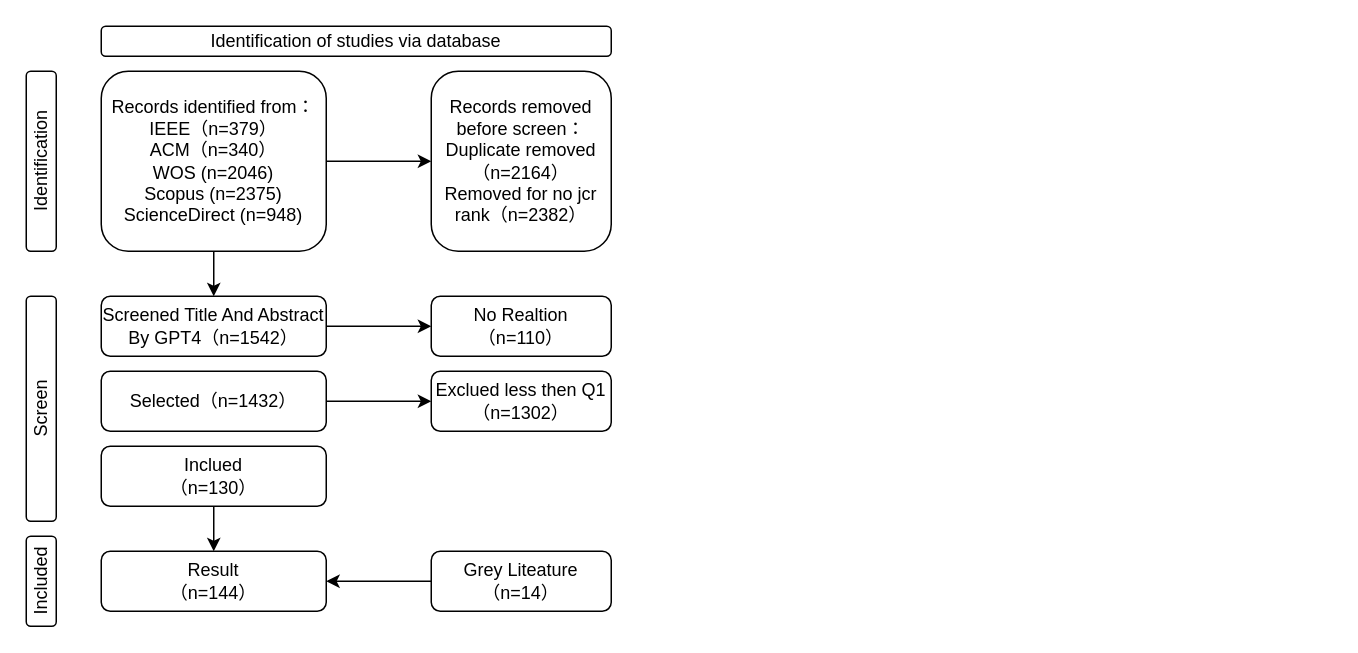
gaochaowyq/MinderGraph keeps this draw.io diagram as 时空大数据平台研究检索图.drawio. Above is the earlier version. Source tidied: cells renumbered, new cells numbered last; positions are measured from the earlier drawing's top-left corner, leaving out a move shared by most shapes. Both pictures are drawn from the tidied source at 150%, with x=0, y=0 at pixel (26, 26).
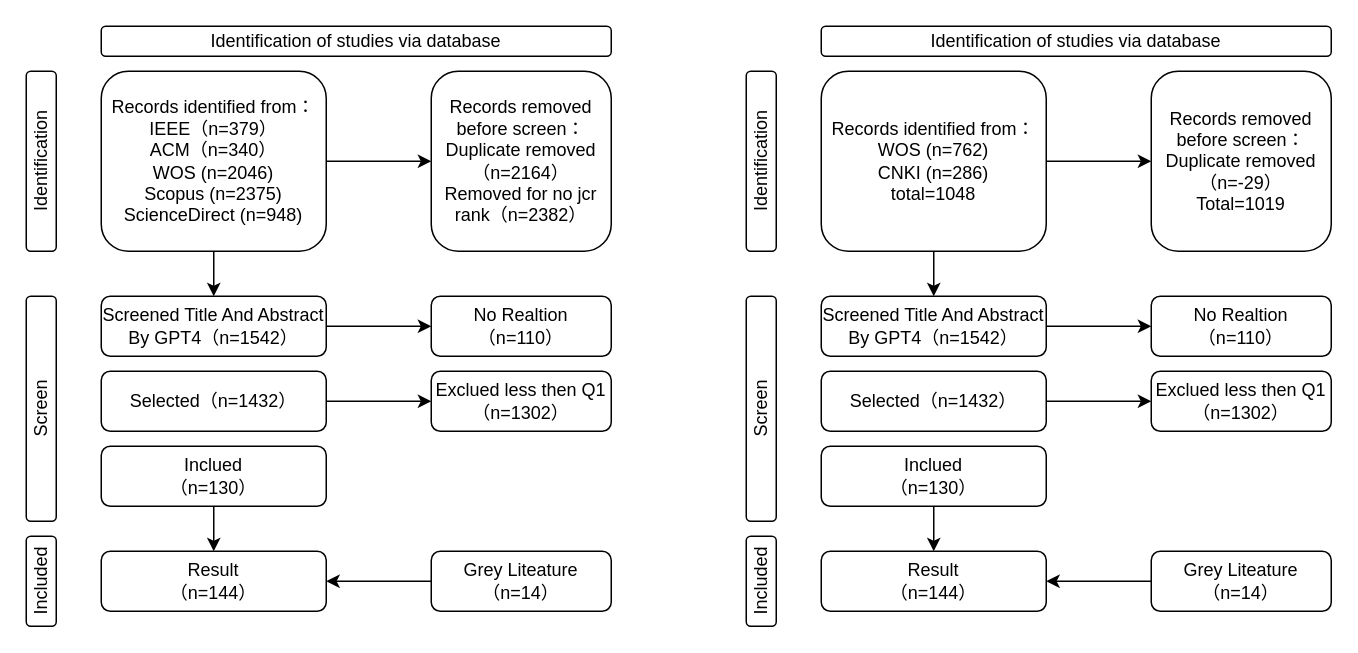
Above is the later version.

Commit message:
更新时空大数据平台研究检索图.drawio

The edit, as a diff of the source:
```diff
@@
+    <mxCell id="21" value="Identification" style="rounded=1;html=1;whiteSpace=wrap;horizontal=0;" parent="1" vertex="1">
+      <mxGeometry x="480" y="30" width="20" height="120" as="geometry" />
+    </mxCell>
+    <mxCell id="22" value="Screen" style="rounded=1;whiteSpace=wrap;html=1;horizontal=0;" parent="1" vertex="1">
+      <mxGeometry x="480" y="180" width="20" height="150" as="geometry" />
+    </mxCell>
+    <mxCell id="23" value="Included" style="rounded=1;whiteSpace=wrap;html=1;horizontal=0;" parent="1" vertex="1">
+      <mxGeometry x="480" y="340" width="20" height="60" as="geometry" />
+    </mxCell>
+    <mxCell id="24" value="Identification of studies via database" style="rounded=1;whiteSpace=wrap;html=1;" parent="1" vertex="1">
+      <mxGeometry x="530" width="340" height="20" as="geometry" />
+    </mxCell>
+    <mxCell id="25" style="edgeStyle=orthogonalEdgeStyle;rounded=0;jettySize=auto;html=1;" parent="1" edge="1" source="27" target="28">
+      <mxGeometry relative="1" as="geometry" />
+    </mxCell>
+    <mxCell id="26" style="edgeStyle=orthogonalEdgeStyle;rounded=0;jettySize=auto;html=1;entryX=0.5;entryY=0;entryDx=0;entryDy=0;" parent="1" edge="1" source="27" target="30">
+      <mxGeometry relative="1" as="geometry" />
+    </mxCell>
+    <mxCell id="27" value="Records identified from：&lt;div&gt;WOS (n=762)&lt;/div&gt;&lt;div&gt;CNKI (n=286)&lt;/div&gt;&lt;div&gt;total=1048&lt;/div&gt;" style="rounded=1;whiteSpace=wrap;html=1;" parent="1" vertex="1">
+      <mxGeometry x="530" y="30" width="150" height="120" as="geometry" />
+    </mxCell>
+    <mxCell id="28" value="Records removed before screen：&lt;br&gt;Duplicate removed（n=-29）&lt;br&gt;Total=1019" style="rounded=1;whiteSpace=wrap;html=1;" parent="1" vertex="1">
+      <mxGeometry x="750" y="30" width="120" height="120" as="geometry" />
+    </mxCell>
+    <mxCell id="29" style="edgeStyle=orthogonalEdgeStyle;rounded=0;jettySize=auto;html=1;" parent="1" edge="1" source="30" target="36">
+      <mxGeometry relative="1" as="geometry" />
+    </mxCell>
+    <mxCell id="30" value="Screened Title And Abstract By GPT4（n=1542）" style="rounded=1;whiteSpace=wrap;html=1;" parent="1" vertex="1">
+      <mxGeometry x="530" y="180" width="150" height="40" as="geometry" />
+    </mxCell>
+    <mxCell id="31" style="edgeStyle=orthogonalEdgeStyle;rounded=0;jettySize=auto;html=1;" parent="1" edge="1" source="32" target="37">
+      <mxGeometry relative="1" as="geometry" />
+    </mxCell>
+    <mxCell id="32" value="Selected（n=1432）" style="rounded=1;whiteSpace=wrap;html=1;" parent="1" vertex="1">
+      <mxGeometry x="530" y="230" width="150" height="40" as="geometry" />
+    </mxCell>
+    <mxCell id="33" style="edgeStyle=orthogonalEdgeStyle;rounded=0;jettySize=auto;html=1;" parent="1" edge="1" source="34" target="35">
+      <mxGeometry relative="1" as="geometry" />
+    </mxCell>
+    <mxCell id="34" value="Inclued&lt;br&gt;（n=130）" style="rounded=1;whiteSpace=wrap;html=1;" parent="1" vertex="1">
+      <mxGeometry x="530" y="280" width="150" height="40" as="geometry" />
+    </mxCell>
+    <mxCell id="35" value="Result&lt;br&gt;（n=144）" style="rounded=1;whiteSpace=wrap;html=1;" parent="1" vertex="1">
+      <mxGeometry x="530" y="350" width="150" height="40" as="geometry" />
+    </mxCell>
+    <mxCell id="36" value="No Realtion&lt;br&gt;（n=110）" style="rounded=1;whiteSpace=wrap;html=1;" parent="1" vertex="1">
+      <mxGeometry x="750" y="180" width="120" height="40" as="geometry" />
+    </mxCell>
+    <mxCell id="37" value="Exclued less then Q1&lt;br&gt;（n=1302）" style="rounded=1;whiteSpace=wrap;html=1;" parent="1" vertex="1">
+      <mxGeometry x="750" y="230" width="120" height="40" as="geometry" />
+    </mxCell>
+    <mxCell id="38" style="edgeStyle=orthogonalEdgeStyle;rounded=0;jettySize=auto;html=1;" parent="1" edge="1" source="39" target="35">
+      <mxGeometry relative="1" as="geometry" />
+    </mxCell>
+    <mxCell id="39" value="Grey Liteature&lt;br&gt;（n=14）" style="rounded=1;whiteSpace=wrap;html=1;" parent="1" vertex="1">
+      <mxGeometry x="750" y="350" width="120" height="40" as="geometry" />
+    </mxCell>
```
